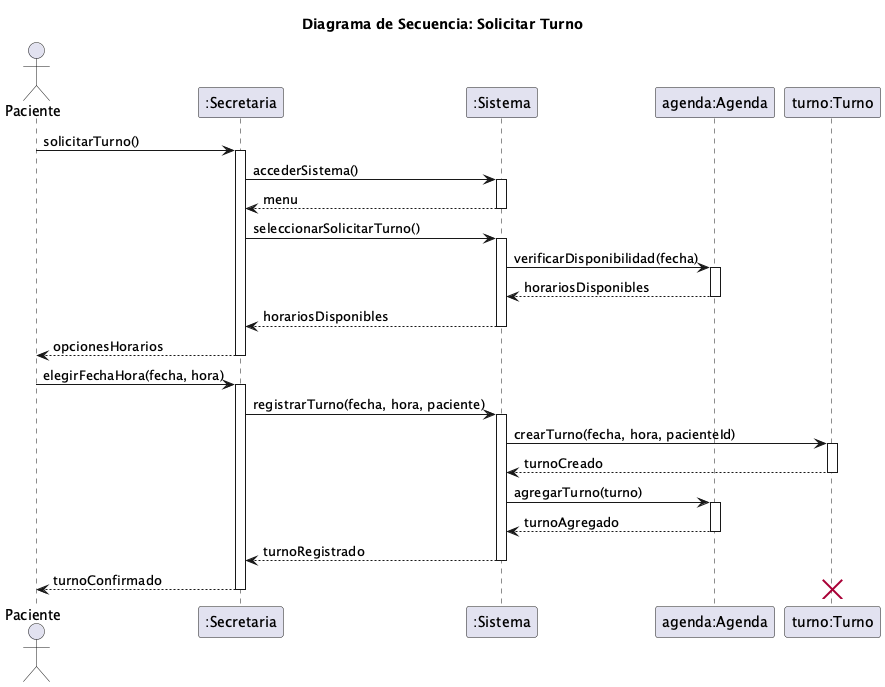
The PlantUML diagram diagramas/05-diagramas-secuencia/05-secuencia-solicitar-turno-solicitar-turno-01.png in FacundoGuiraldes/SistemaTurnosMedicos, before a commit.
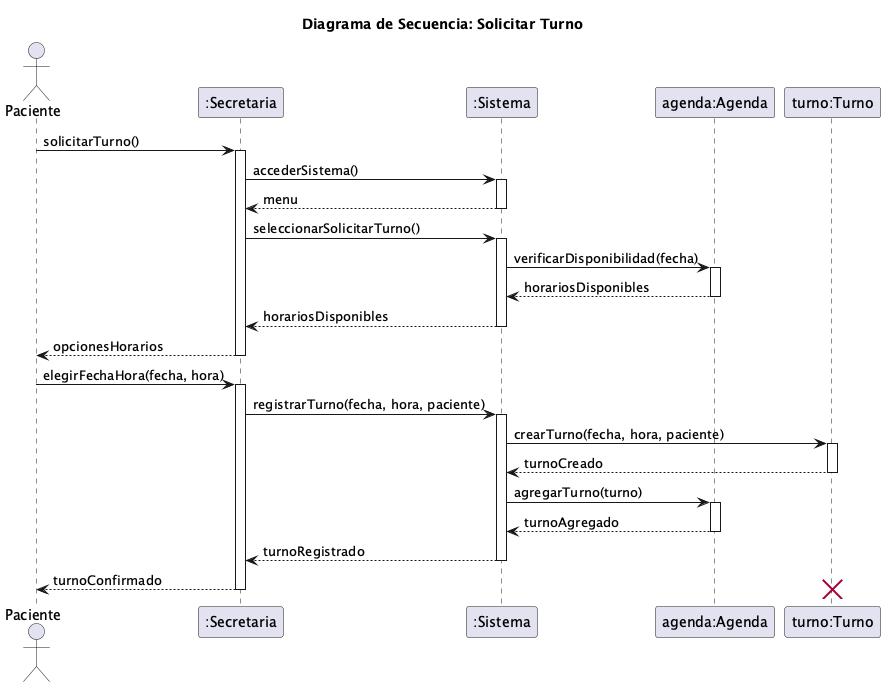
Above is the later version.

Commit message:
fix(diagramas): alinear mensajes de secuencia con abstracción UML (RCN5-9)

Diff of the diagram source:
```diff
@@ -28,7 +28,7 @@
 activate secretaria
 secretaria -> sistema: registrarTurno(fecha, hora, paciente)
 activate sistema
-sistema -> turno: crearTurno(fecha, hora, pacienteId)
+sistema -> turno: crearTurno(fecha, hora, paciente)
 activate turno
 turno --> sistema: turnoCreado
 deactivate turno
```
